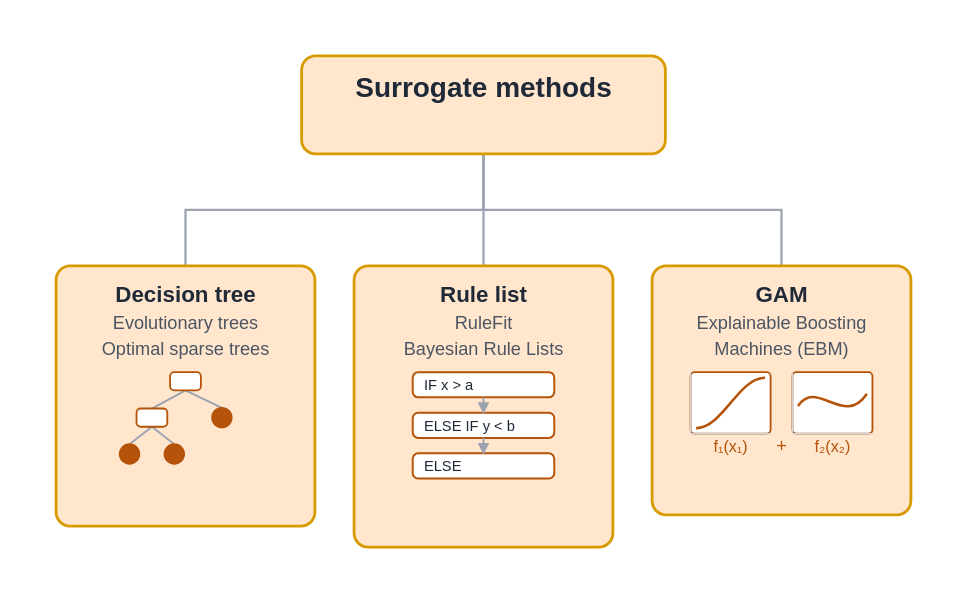
DMLF1/blog keeps this draw.io diagram as posts/explaining-black-box-predictions/diagrams/taxonomy_surrogates.drawio.svg. Above is the earlier version. Source tidied: cells renumbered, new cells last; positions are measured from the earlier drawing's top-left corner, leaving out a move shared by most shapes.
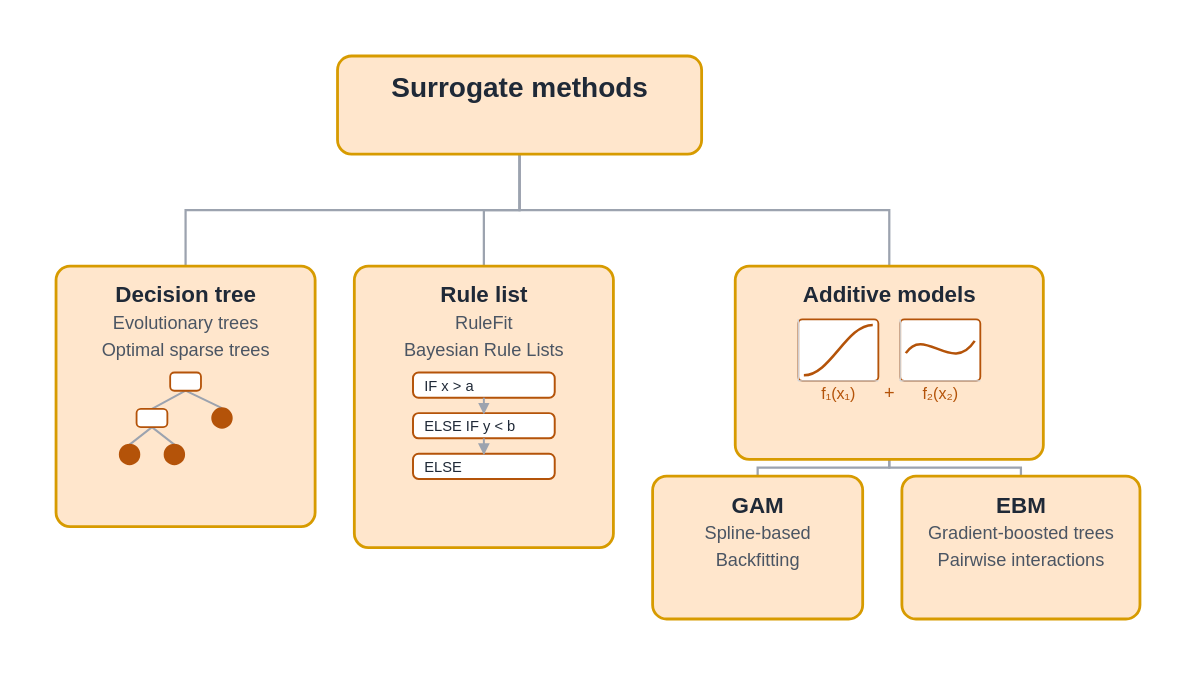
The same file after the commit.

Commit message:
GAM/EBM as siblings under Additive models; SAGE as a loss waterfall

Diff of the diagram source:
```diff
@@ -3,7 +3,7 @@
     <mxCell id="0" />
     <mxCell id="1" parent="0" />
     <mxCell id="2" value="&lt;span style=&quot;font-size:20px;color:#1F2937;font-weight:bold;&quot;&gt;Surrogate methods&lt;/span&gt;" style="rounded=1;whiteSpace=wrap;html=1;fillColor=#FFE6CC;strokeColor=#D79B00;strokeWidth=2;" parent="1" vertex="1">
-      <mxGeometry x="176" width="260" height="70" as="geometry" />
+      <mxGeometry x="201" width="260" height="70" as="geometry" />
     </mxCell>
     <mxCell id="3" value="&lt;span style=&quot;font-size:16px;color:#1F2937;font-weight:bold;&quot;&gt;Decision tree&lt;/span&gt;&lt;br&gt;&lt;span style=&quot;font-size:13px;color:#4B5563;&quot;&gt;Evolutionary trees&lt;/span&gt;&lt;br&gt;&lt;span style=&quot;font-size:13px;color:#4B5563;&quot;&gt;Optimal sparse trees&lt;/span&gt;" style="rounded=1;whiteSpace=wrap;html=1;fillColor=#FFE6CC;strokeColor=#D79B00;strokeWidth=2;" parent="1" vertex="1">
       <mxGeometry y="150" width="185" height="186" as="geometry" />
@@ -71,52 +71,64 @@
         <mxPoint x="306" y="284" as="targetPoint" />
       </mxGeometry>
     </mxCell>
-    <mxCell id="19" value="&lt;span style=&quot;font-size:16px;color:#1F2937;font-weight:bold;&quot;&gt;GAM&lt;/span&gt;&lt;br&gt;&lt;span style=&quot;font-size:13px;color:#4B5563;&quot;&gt;Explainable Boosting&lt;/span&gt;&lt;br&gt;&lt;span style=&quot;font-size:13px;color:#4B5563;&quot;&gt;Machines (EBM)&lt;/span&gt;" style="rounded=1;whiteSpace=wrap;html=1;fillColor=#FFE6CC;strokeColor=#D79B00;strokeWidth=2;" parent="1" vertex="1">
-      <mxGeometry x="426" y="150" width="185" height="178" as="geometry" />
-    </mxCell>
-    <mxCell id="20" style="rounded=1;whiteSpace=wrap;html=1;fillColor=#FFFFFF;strokeColor=#B45309;" parent="1" vertex="1">
-      <mxGeometry x="454" y="226" width="57" height="44" as="geometry" />
-    </mxCell>
-    <mxCell id="21" style="rounded=1;whiteSpace=wrap;html=1;fillColor=#FFFFFF;strokeColor=#B45309;" parent="1" vertex="1">
-      <mxGeometry x="526" y="226" width="57" height="44" as="geometry" />
-    </mxCell>
-    <mxCell id="22" style="edgeStyle=none;html=1;strokeColor=#B45309;strokeWidth=1.8;curved=1;endArrow=none;" parent="1" edge="1">
-      <mxGeometry relative="1" as="geometry">
-        <mxPoint x="458" y="266" as="sourcePoint" />
-        <mxPoint x="507" y="230" as="targetPoint" />
-        <Array as="points">
-          <mxPoint x="476" y="266" />
-          <mxPoint x="488" y="230" />
-        </Array>
-      </mxGeometry>
-    </mxCell>
-    <mxCell id="23" style="edgeStyle=none;html=1;strokeColor=#B45309;strokeWidth=1.8;curved=1;endArrow=none;" parent="1" edge="1">
-      <mxGeometry relative="1" as="geometry">
-        <mxPoint x="530" y="250" as="sourcePoint" />
-        <mxPoint x="580" y="241" as="targetPoint" />
-        <Array as="points">
-          <mxPoint x="543" y="230" />
-          <mxPoint x="563" y="266" />
-        </Array>
-      </mxGeometry>
-    </mxCell>
+    <mxCell id="30" value="&lt;span style=&quot;font-size:16px;color:#1F2937;font-weight:bold;&quot;&gt;Additive models&lt;/span&gt;" style="rounded=1;whiteSpace=wrap;html=1;fillColor=#FFE6CC;strokeColor=#D79B00;strokeWidth=2;" parent="1" vertex="1">
+      <mxGeometry x="485" y="150" width="220" height="138" as="geometry" />
+    </mxCell>
+    <mxCell id="31" style="rounded=1;whiteSpace=wrap;html=1;fillColor=#FFFFFF;strokeColor=#B45309;" parent="1" vertex="1">
+      <mxGeometry x="530" y="188" width="57" height="44" as="geometry" />
+    </mxCell>
+    <mxCell id="32" style="rounded=1;whiteSpace=wrap;html=1;fillColor=#FFFFFF;strokeColor=#B45309;" parent="1" vertex="1">
+      <mxGeometry x="603" y="188" width="57" height="44" as="geometry" />
+    </mxCell>
+    <mxCell id="33" style="edgeStyle=none;html=1;strokeColor=#B45309;strokeWidth=1.8;curved=1;endArrow=none;" parent="1" edge="1">
+      <mxGeometry relative="1" as="geometry">
+        <mxPoint x="534" y="228" as="sourcePoint" />
+        <mxPoint x="583" y="192" as="targetPoint" />
+        <Array as="points">
+          <mxPoint x="553" y="228" />
+          <mxPoint x="564" y="192" />
+        </Array>
+      </mxGeometry>
+    </mxCell>
+    <mxCell id="34" style="edgeStyle=none;html=1;strokeColor=#B45309;strokeWidth=1.8;curved=1;endArrow=none;" parent="1" edge="1">
+      <mxGeometry relative="1" as="geometry">
+        <mxPoint x="607" y="212" as="sourcePoint" />
+        <mxPoint x="656" y="203" as="targetPoint" />
+        <Array as="points">
+          <mxPoint x="620" y="192" />
+          <mxPoint x="640" y="228" />
+        </Array>
+      </mxGeometry>
+    </mxCell>
     <mxCell id="24" value="f₁(x₁)" style="text;html=1;align=center;verticalAlign=middle;fontSize=12;fontColor=#B45309;" parent="1" vertex="1">
-      <mxGeometry x="454" y="272" width="57" height="16" as="geometry" />
+      <mxGeometry x="530" y="234" width="57" height="16" as="geometry" />
     </mxCell>
     <mxCell id="25" value="f₂(x₂)" style="text;html=1;align=center;verticalAlign=middle;fontSize=12;fontColor=#B45309;" parent="1" vertex="1">
-      <mxGeometry x="526" y="272" width="57" height="16" as="geometry" />
+      <mxGeometry x="603" y="234" width="57" height="16" as="geometry" />
     </mxCell>
     <mxCell id="26" value="+" style="text;html=1;align=center;verticalAlign=middle;fontSize=13;fontColor=#B45309;" parent="1" vertex="1">
-      <mxGeometry x="512" y="272" width="14" height="16" as="geometry" />
+      <mxGeometry x="588" y="234" width="14" height="16" as="geometry" />
     </mxCell>
+    <mxCell id="19" value="&lt;span style=&quot;font-size:16px;color:#1F2937;font-weight:bold;&quot;&gt;GAM&lt;/span&gt;&lt;br&gt;&lt;span style=&quot;font-size:13px;color:#4B5563;&quot;&gt;Spline-based&lt;/span&gt;&lt;br&gt;&lt;span style=&quot;font-size:13px;color:#4B5563;&quot;&gt;Backfitting&lt;/span&gt;" style="rounded=1;whiteSpace=wrap;html=1;fillColor=#FFE6CC;strokeColor=#D79B00;strokeWidth=2;" parent="1" vertex="1">
+      <mxGeometry x="426" y="300" width="150" height="102" as="geometry" />
+    </mxCell>
+    <mxCell id="35" value="&lt;span style=&quot;font-size:16px;color:#1F2937;font-weight:bold;&quot;&gt;EBM&lt;/span&gt;&lt;br&gt;&lt;span style=&quot;font-size:13px;color:#4B5563;&quot;&gt;Gradient-boosted trees&lt;/span&gt;&lt;br&gt;&lt;span style=&quot;font-size:13px;color:#4B5563;&quot;&gt;Pairwise interactions&lt;/span&gt;" style="rounded=1;whiteSpace=wrap;html=1;fillColor=#FFE6CC;strokeColor=#D79B00;strokeWidth=2;" parent="1" vertex="1">
+      <mxGeometry x="604" y="300" width="170" height="102" as="geometry" />
+    </mxCell>
     <mxCell id="27" style="edgeStyle=orthogonalEdgeStyle;rounded=0;html=1;strokeColor=#9CA3AF;" parent="1" edge="1" source="2" target="3">
       <mxGeometry relative="1" as="geometry" />
     </mxCell>
     <mxCell id="28" style="edgeStyle=orthogonalEdgeStyle;rounded=0;html=1;strokeColor=#9CA3AF;" parent="1" edge="1" source="2" target="13">
       <mxGeometry relative="1" as="geometry" />
     </mxCell>
-    <mxCell id="29" style="edgeStyle=orthogonalEdgeStyle;rounded=0;html=1;strokeColor=#9CA3AF;" parent="1" edge="1" source="2" target="19">
+    <mxCell id="29" style="edgeStyle=orthogonalEdgeStyle;rounded=0;html=1;strokeColor=#9CA3AF;" parent="1" edge="1" source="2" target="30">
       <mxGeometry relative="1" as="geometry" />
     </mxCell>
+    <mxCell id="36" style="edgeStyle=orthogonalEdgeStyle;rounded=0;html=1;strokeColor=#9CA3AF;" parent="1" edge="1" source="30" target="19">
+      <mxGeometry relative="1" as="geometry" />
+    </mxCell>
+    <mxCell id="37" style="edgeStyle=orthogonalEdgeStyle;rounded=0;html=1;strokeColor=#9CA3AF;" parent="1" edge="1" source="30" target="35">
+      <mxGeometry relative="1" as="geometry" />
+    </mxCell>
   </root>
 </mxGraphModel>
```
